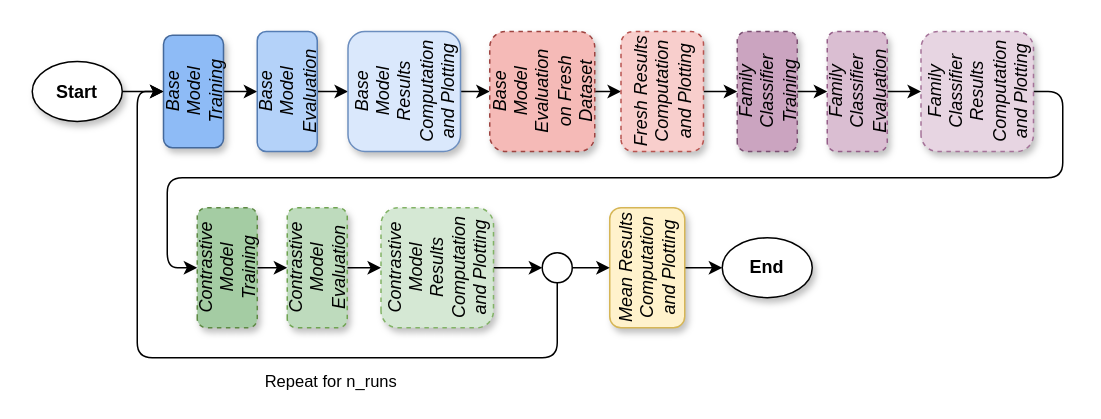
The draw.io diagram page "workflow" (1 of 18) of Thesis/images/workflow.drawio in cmikke97/Thesis, before the edit. Source tidied: cells renumbered, new cells numbered last; positions are measured from the earlier drawing's top-left corner, leaving out a move shared by most shapes. Both pictures are drawn from the tidied source at 150%, with x=0, y=0 at pixel (32, 34).
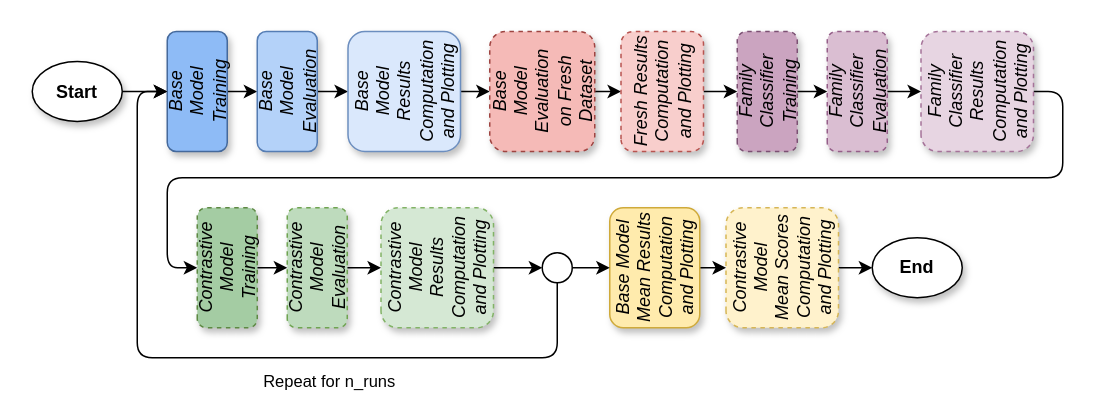
The same page after the edit.

Change to the diagram source:
```diff
@@
     <mxCell id="4" value="End" style="ellipse;whiteSpace=wrap;html=1;shadow=1;fontStyle=1;" parent="1" vertex="1">
-      <mxGeometry x="460" y="135" width="60" height="40" as="geometry" />
+      <mxGeometry x="560" y="135" width="60" height="40" as="geometry" />
     </mxCell>
@@
     <mxCell id="6" value="Base&lt;br&gt;Model&lt;br&gt;Training" style="rounded=1;whiteSpace=wrap;html=1;shadow=1;sketch=0;fontStyle=2;rotation=-90;fillColor=#8EBBF6;strokeColor=#44699C;" parent="1" vertex="1">
-      <mxGeometry x="70" y="17.5" width="75" height="40" as="geometry" />
+      <mxGeometry x="70" y="17.5" width="80" height="40" as="geometry" />
     </mxCell>
@@
-    <mxCell id="15" style="edgeStyle=orthogonalEdgeStyle;rounded=1;jettySize=auto;html=1;exitX=0.5;exitY=1;exitDx=0;exitDy=0;entryX=0;entryY=0.5;entryDx=0;entryDy=0;" parent="1" edge="1" source="16" target="4">
-      <mxGeometry relative="1" as="geometry" />
-    </mxCell>
+    <mxCell id="33" style="edgeStyle=orthogonalEdgeStyle;rounded=0;jettySize=auto;html=1;exitX=0.5;exitY=1;exitDx=0;exitDy=0;entryX=0.5;entryY=0;entryDx=0;entryDy=0;" parent="1" edge="1" source="16" target="35">
+      <mxGeometry relative="1" as="geometry" />
+    </mxCell>
-    <mxCell id="16" value="Mean Results&lt;br&gt;Computation&lt;br&gt;and Plotting" style="rounded=1;whiteSpace=wrap;html=1;shadow=1;sketch=0;fillColor=#fff2cc;strokeColor=#d6b656;fontStyle=2;rotation=-90;" parent="1" vertex="1">
-      <mxGeometry x="370" y="130" width="80" height="50" as="geometry" />
+    <mxCell id="16" value="Base Model&lt;br&gt;Mean Results&lt;br&gt;Computation&lt;br&gt;and Plotting" style="rounded=1;whiteSpace=wrap;html=1;shadow=1;sketch=0;fontStyle=2;rotation=-90;fillColor=#FFEBAD;strokeColor=#CFAA3A;" parent="1" vertex="1">
+      <mxGeometry x="375" y="125" width="80" height="60" as="geometry" />
     </mxCell>
@@
+    <mxCell id="34" style="edgeStyle=orthogonalEdgeStyle;rounded=0;jettySize=auto;html=1;exitX=0.5;exitY=1;exitDx=0;exitDy=0;entryX=0;entryY=0.5;entryDx=0;entryDy=0;" parent="1" edge="1" source="35" target="4">
+      <mxGeometry relative="1" as="geometry" />
+    </mxCell>
+    <mxCell id="35" value="Contrastive Model&lt;br&gt;Mean Scores&lt;br&gt;Computation&lt;br&gt;and Plotting" style="rounded=1;whiteSpace=wrap;html=1;shadow=1;sketch=0;fillColor=#fff2cc;strokeColor=#d6b656;fontStyle=2;rotation=-90;dashed=1;" parent="1" vertex="1">
+      <mxGeometry x="460" y="117.5" width="80" height="75" as="geometry" />
+    </mxCell>
```
